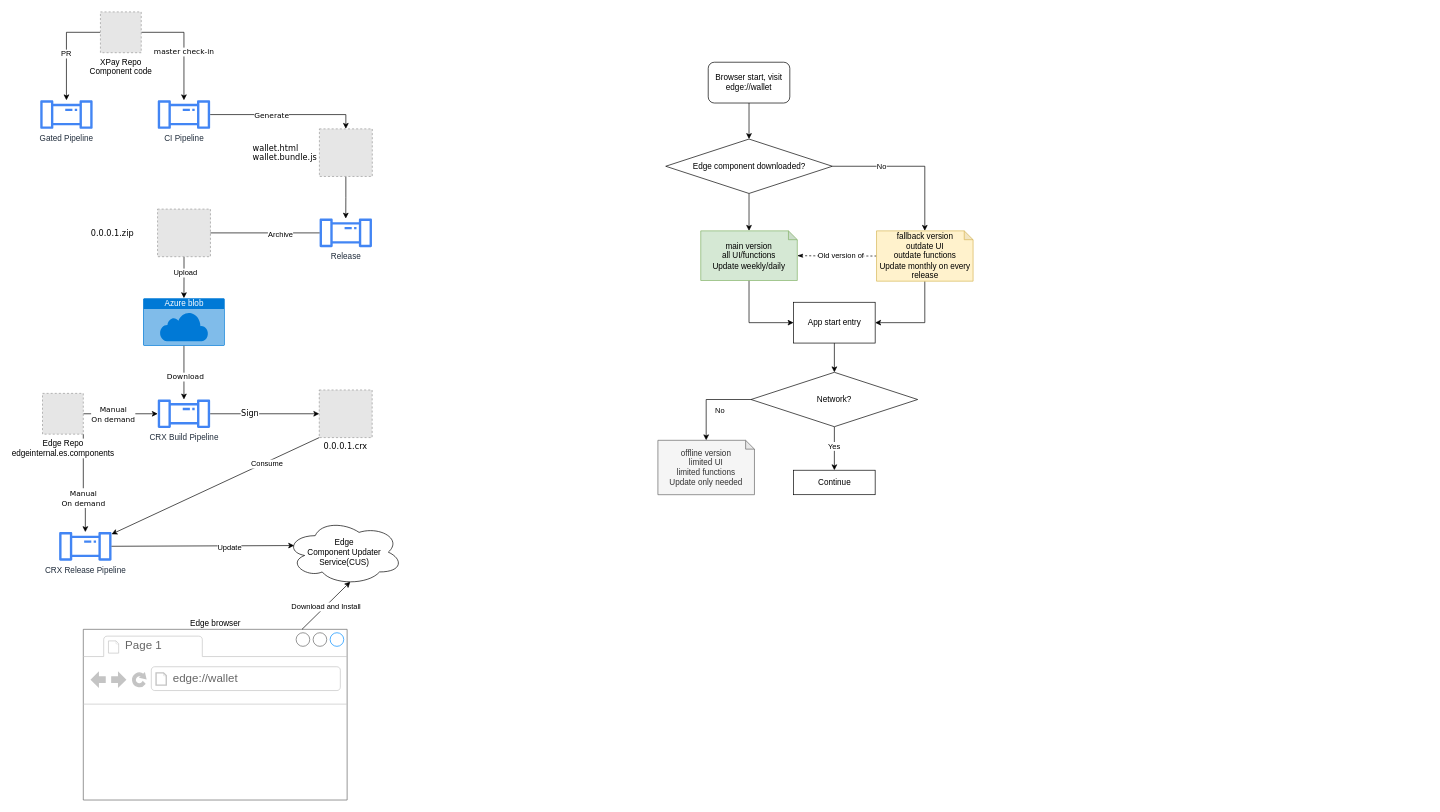
The draw.io diagram page "Overall" (1 of 3) of Wallet hub migration.drawio in lancelodliu/draw.io, before the edit. Source tidied: cells renumbered, new cells numbered last; positions are measured from the earlier drawing's top-left corner, leaving out a move shared by most shapes. Both pictures are drawn from the tidied source at 68%, with x=0, y=0 at pixel (39, 12). Pictures stored in the file or linked from it are replaced by grey dashed boxes.
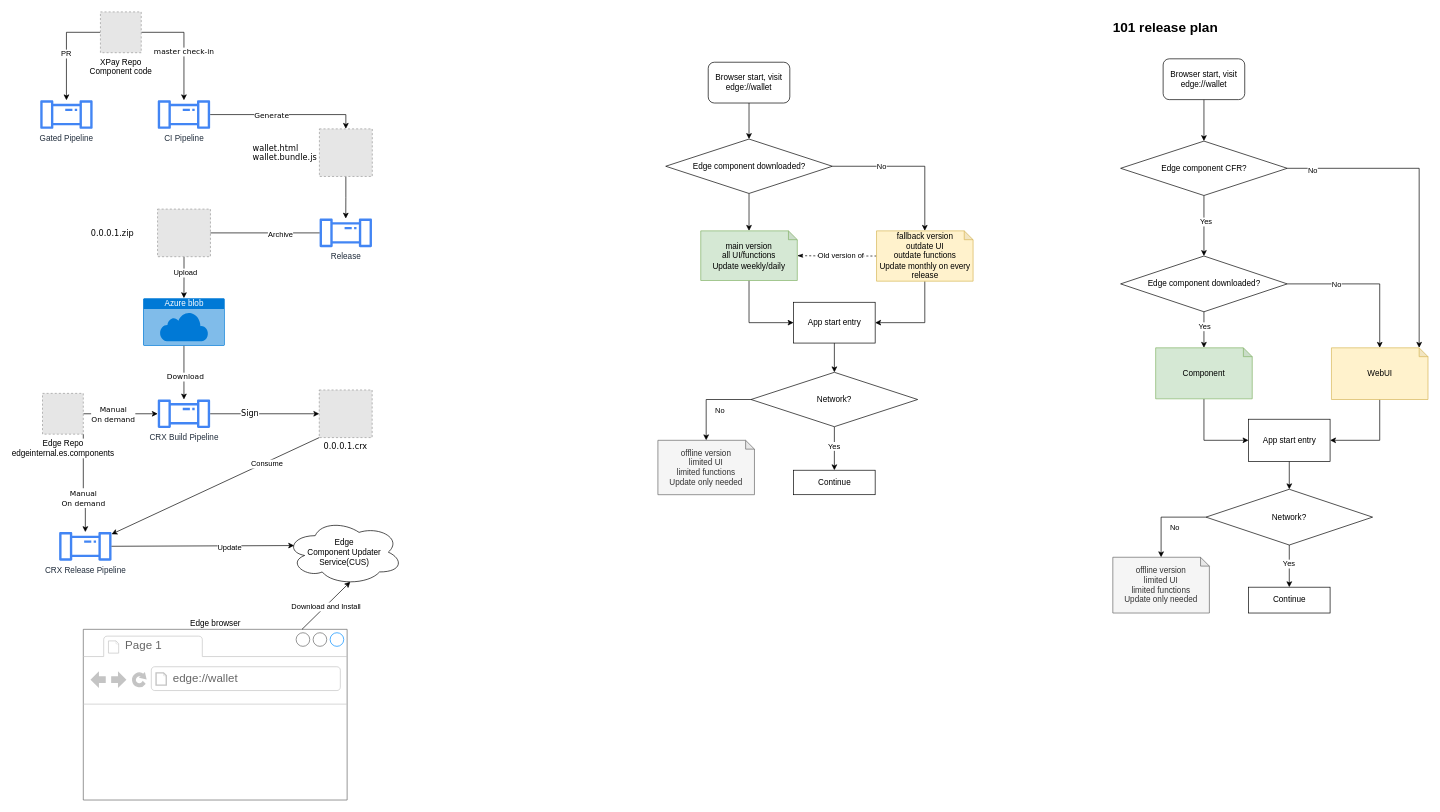
After the change.

Diff of the diagram source:
```diff
@@
+    <mxCell id="63" style="edgeStyle=orthogonalEdgeStyle;rounded=0;jettySize=auto;html=1;exitX=1;exitY=0.5;exitDx=0;exitDy=0;entryX=0.5;entryY=0;entryDx=0;entryDy=0;entryPerimeter=0;" parent="1" edge="1" source="67" target="69">
+      <mxGeometry relative="1" as="geometry" />
+    </mxCell>
+    <mxCell id="64" value="No" style="edgeLabel;html=1;align=center;verticalAlign=middle;" parent="63" vertex="1">
+      <mxGeometry x="-0.16" y="-1" relative="1" as="geometry">
+        <mxPoint x="-25" y="-1" as="offset" />
+      </mxGeometry>
+    </mxCell>
+    <mxCell id="65" style="edgeStyle=orthogonalEdgeStyle;rounded=0;jettySize=auto;html=1;exitX=0.5;exitY=1;exitDx=0;exitDy=0;" parent="1" edge="1" source="67" target="71">
+      <mxGeometry relative="1" as="geometry" />
+    </mxCell>
+    <mxCell id="66" value="Yes" style="edgeLabel;html=1;align=center;verticalAlign=middle;fontSize=11;" parent="65" vertex="1">
+      <mxGeometry x="-0.21" relative="1" as="geometry" />
+    </mxCell>
+    <mxCell id="67" value="Edge component downloaded?" style="rhombus;whiteSpace=wrap;html=1;" parent="1" vertex="1">
+      <mxGeometry x="1589.5" y="359" width="245" height="82" as="geometry" />
+    </mxCell>
+    <mxCell id="68" style="edgeStyle=orthogonalEdgeStyle;rounded=0;jettySize=auto;html=1;exitX=0.5;exitY=1;exitDx=0;exitDy=0;exitPerimeter=0;entryX=1;entryY=0.5;entryDx=0;entryDy=0;" parent="1" edge="1" source="69" target="84">
+      <mxGeometry relative="1" as="geometry" />
+    </mxCell>
+    <mxCell id="69" value="WebUI" style="shape=note;whiteSpace=wrap;html=1;backgroundOutline=1;darkOpacity=0.05;size=13;fillColor=#fff2cc;strokeColor=#d6b656;" parent="1" vertex="1">
+      <mxGeometry x="1899.5" y="494" width="142" height="76" as="geometry" />
+    </mxCell>
+    <mxCell id="70" style="edgeStyle=orthogonalEdgeStyle;rounded=0;jettySize=auto;html=1;exitX=0.5;exitY=1;exitDx=0;exitDy=0;exitPerimeter=0;entryX=0;entryY=0.5;entryDx=0;entryDy=0;" parent="1" edge="1" source="71" target="84">
+      <mxGeometry relative="1" as="geometry" />
+    </mxCell>
+    <mxCell id="71" value="Component" style="shape=note;whiteSpace=wrap;html=1;backgroundOutline=1;darkOpacity=0.05;size=13;fillColor=#d5e8d4;strokeColor=#82b366;" parent="1" vertex="1">
+      <mxGeometry x="1641" y="494" width="142" height="75" as="geometry" />
+    </mxCell>
+    <mxCell id="72" style="edgeStyle=orthogonalEdgeStyle;rounded=0;jettySize=auto;html=1;exitX=0.5;exitY=1;exitDx=0;exitDy=0;entryX=0.5;entryY=0;entryDx=0;entryDy=0;startArrow=none;" parent="1" edge="1" source="88" target="67">
+      <mxGeometry relative="1" as="geometry" />
+    </mxCell>
+    <mxCell id="73" value="Yes" style="edgeLabel;html=1;align=center;verticalAlign=middle;fontSize=11;" parent="72" vertex="1">
+      <mxGeometry x="-0.15" y="2" relative="1" as="geometry" />
+    </mxCell>
+    <mxCell id="74" style="edgeStyle=orthogonalEdgeStyle;rounded=0;jettySize=auto;html=1;exitX=0.5;exitY=1;exitDx=0;exitDy=0;entryX=0.5;entryY=0;entryDx=0;entryDy=0;fontSize=20;" parent="1" edge="1" source="75" target="88">
+      <mxGeometry relative="1" as="geometry" />
+    </mxCell>
+    <mxCell id="75" value="Browser start, visit edge://wallet" style="rounded=1;whiteSpace=wrap;html=1;" parent="1" vertex="1">
+      <mxGeometry x="1652" y="69" width="120" height="60" as="geometry" />
+    </mxCell>
+    <mxCell id="76" style="edgeStyle=orthogonalEdgeStyle;rounded=0;jettySize=auto;html=1;exitX=0;exitY=0.5;exitDx=0;exitDy=0;entryX=0.5;entryY=0;entryDx=0;entryDy=0;entryPerimeter=0;" parent="1" edge="1" source="80" target="81">
+      <mxGeometry relative="1" as="geometry" />
+    </mxCell>
+    <mxCell id="77" value="No" style="edgeLabel;html=1;align=center;verticalAlign=middle;" parent="76" vertex="1">
+      <mxGeometry x="0.3" y="1" relative="1" as="geometry">
+        <mxPoint x="18" y="-1" as="offset" />
+      </mxGeometry>
+    </mxCell>
+    <mxCell id="78" style="edgeStyle=orthogonalEdgeStyle;rounded=0;jettySize=auto;html=1;exitX=0.5;exitY=1;exitDx=0;exitDy=0;" parent="1" edge="1" source="80" target="82">
+      <mxGeometry relative="1" as="geometry" />
+    </mxCell>
+    <mxCell id="79" value="Yes" style="edgeLabel;html=1;align=center;verticalAlign=middle;" parent="78" vertex="1">
+      <mxGeometry x="-0.14" y="-1" relative="1" as="geometry" />
+    </mxCell>
+    <mxCell id="80" value="Network?" style="rhombus;whiteSpace=wrap;html=1;" parent="1" vertex="1">
+      <mxGeometry x="1715" y="702" width="245" height="82" as="geometry" />
+    </mxCell>
+    <mxCell id="81" value="offline version&lt;br&gt;limited UI&lt;br&gt;limited functions&lt;br&gt;Update only needed" style="shape=note;whiteSpace=wrap;html=1;backgroundOutline=1;darkOpacity=0.05;size=13;align=center;fillColor=#f5f5f5;fontColor=#333333;strokeColor=#666666;" parent="1" vertex="1">
+      <mxGeometry x="1578" y="802" width="142" height="82" as="geometry" />
+    </mxCell>
+    <mxCell id="82" value="Continue" style="rounded=0;whiteSpace=wrap;html=1;" parent="1" vertex="1">
+      <mxGeometry x="1777.5" y="846" width="120" height="38" as="geometry" />
+    </mxCell>
+    <mxCell id="83" style="edgeStyle=orthogonalEdgeStyle;rounded=0;jettySize=auto;html=1;exitX=0.5;exitY=1;exitDx=0;exitDy=0;entryX=0.5;entryY=0;entryDx=0;entryDy=0;" parent="1" edge="1" source="84" target="80">
+      <mxGeometry relative="1" as="geometry" />
+    </mxCell>
+    <mxCell id="84" value="App start entry" style="rounded=0;whiteSpace=wrap;html=1;" parent="1" vertex="1">
+      <mxGeometry x="1777.5" y="599" width="120" height="62" as="geometry" />
+    </mxCell>
+    <mxCell id="85" value="101 release plan" style="text;html=1;align=center;verticalAlign=middle;fillColor=none;strokeColor=none;rounded=0;fontSize=20;fontStyle=1;" parent="1" vertex="1">
+      <mxGeometry x="1573" y="8" width="164" height="28" as="geometry" />
+    </mxCell>
+    <mxCell id="86" style="edgeStyle=orthogonalEdgeStyle;rounded=0;jettySize=auto;html=1;exitX=1;exitY=0.5;exitDx=0;exitDy=0;entryX=0;entryY=0;entryDx=129;entryDy=0;entryPerimeter=0;fontSize=11;" parent="1" edge="1" source="88" target="69">
+      <mxGeometry relative="1" as="geometry" />
+    </mxCell>
+    <mxCell id="87" value="No" style="edgeLabel;html=1;align=center;verticalAlign=middle;fontSize=11;" parent="86" vertex="1">
+      <mxGeometry x="-0.84" y="-2" relative="1" as="geometry" />
+    </mxCell>
+    <mxCell id="88" value="Edge component CFR?" style="rhombus;whiteSpace=wrap;html=1;" parent="1" vertex="1">
+      <mxGeometry x="1589.5" y="190" width="245" height="80" as="geometry" />
+    </mxCell>
```
